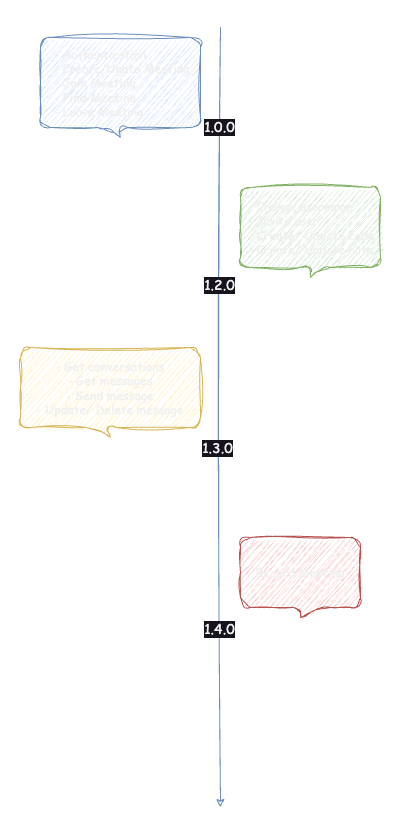
Earlier version of the draw.io export images/waterbus-roadmap-dark.png (waterbustech/waterbus-server-api). Source tidied: cells renumbered, new cells last; positions are measured from the earlier drawing's top-left corner, leaving out a move shared by most shapes.
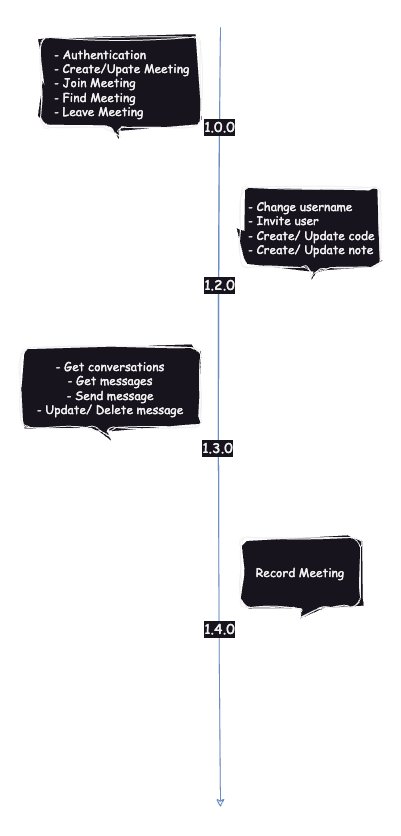
After the commit.

Diff of the diagram source:
```diff
@@ -20,16 +20,16 @@
     <mxCell id="6" value="1.4.0" style="edgeLabel;html=1;align=center;verticalAlign=middle;fontFamily=Comic Sans MS;fontSize=14;" parent="2" vertex="1">
       <mxGeometry x="0.54" y="-2" relative="1" as="geometry" />
     </mxCell>
-    <mxCell id="7" value="- Authentication&lt;div&gt;- Create/Upate Meeting&lt;/div&gt;&lt;div&gt;- Join Meeting&lt;/div&gt;&lt;div&gt;- Find Meeting&lt;/div&gt;&lt;div&gt;- Leave Meeting&lt;/div&gt;" style="shape=callout;whiteSpace=wrap;html=1;perimeter=calloutPerimeter;size=10;position=0.42;base=10;rounded=1;sketch=1;curveFitting=1;jiggle=2;align=left;spacingLeft=12;fontFamily=Comic Sans MS;fillColor=#dae8fc;strokeColor=#6c8ebf;" parent="1" vertex="1">
+    <mxCell id="7" value="- Authentication&lt;div&gt;- Create/Upate Meeting&lt;/div&gt;&lt;div&gt;- Join Meeting&lt;/div&gt;&lt;div&gt;- Find Meeting&lt;/div&gt;&lt;div&gt;- Leave Meeting&lt;/div&gt;" style="shape=callout;whiteSpace=wrap;html=1;perimeter=calloutPerimeter;size=10;position=0.42;base=10;rounded=1;sketch=1;curveFitting=1;jiggle=2;align=left;spacingLeft=12;fontFamily=Comic Sans MS;" parent="1" vertex="1">
       <mxGeometry x="20" y="10" width="160" height="100" as="geometry" />
     </mxCell>
-    <mxCell id="8" value="- Change username&lt;div&gt;- Invite user&lt;/div&gt;&lt;div&gt;- Create/ Update code&lt;/div&gt;&lt;div&gt;- Create/ Update note&lt;/div&gt;" style="shape=callout;whiteSpace=wrap;html=1;perimeter=calloutPerimeter;size=10;position=0.5;base=10;rounded=1;sketch=1;curveFitting=1;jiggle=2;fillColor=#d5e8d4;strokeColor=#82b366;fontFamily=Comic Sans MS;align=left;spacingLeft=6;" parent="1" vertex="1">
+    <mxCell id="8" value="- Change username&lt;div&gt;- Invite user&lt;/div&gt;&lt;div&gt;- Create/ Update code&lt;/div&gt;&lt;div&gt;- Create/ Update note&lt;/div&gt;" style="shape=callout;whiteSpace=wrap;html=1;perimeter=calloutPerimeter;size=10;position=0.5;base=10;rounded=1;sketch=1;curveFitting=1;jiggle=2;fontFamily=Comic Sans MS;align=left;spacingLeft=6;" parent="1" vertex="1">
       <mxGeometry x="220" y="160" width="140" height="90" as="geometry" />
     </mxCell>
-    <mxCell id="9" value="Record Meeting" style="shape=callout;whiteSpace=wrap;html=1;perimeter=calloutPerimeter;size=10;position=0.5;base=20;rounded=1;sketch=1;curveFitting=1;jiggle=2;fillColor=#f8cecc;strokeColor=#b85450;fontFamily=Comic Sans MS;" parent="1" vertex="1">
+    <mxCell id="9" value="Record Meeting" style="shape=callout;whiteSpace=wrap;html=1;perimeter=calloutPerimeter;size=10;position=0.5;base=20;rounded=1;sketch=1;curveFitting=1;jiggle=2;fontFamily=Comic Sans MS;" parent="1" vertex="1">
       <mxGeometry x="220" y="510" width="120" height="80" as="geometry" />
     </mxCell>
-    <mxCell id="10" value="&lt;div&gt;- Get conversations&lt;/div&gt;&lt;div&gt;- Get messages&lt;/div&gt;- Send message&lt;div&gt;- Update/ Delete message&lt;/div&gt;" style="shape=callout;whiteSpace=wrap;html=1;perimeter=calloutPerimeter;size=10;position=0.42;base=10;rounded=1;sketch=1;curveFitting=1;jiggle=2;fillColor=#fff2cc;strokeColor=#d6b656;fontFamily=Comic Sans MS;" parent="1" vertex="1">
+    <mxCell id="10" value="&lt;div&gt;- Get conversations&lt;/div&gt;&lt;div&gt;- Get messages&lt;/div&gt;- Send message&lt;div&gt;- Update/ Delete message&lt;/div&gt;" style="shape=callout;whiteSpace=wrap;html=1;perimeter=calloutPerimeter;size=10;position=0.42;base=10;rounded=1;sketch=1;curveFitting=1;jiggle=2;fontFamily=Comic Sans MS;" parent="1" vertex="1">
       <mxGeometry y="320" width="180" height="90" as="geometry" />
     </mxCell>
   </root>
```
